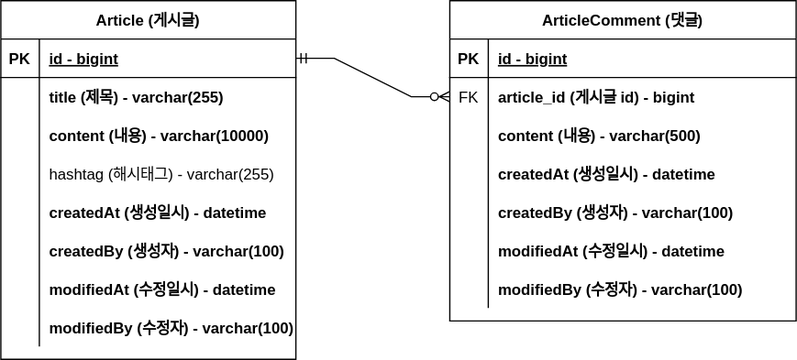
Before: document/project-board-erd.svg, a diagram exported from draw.io (23Yong/Board). Source tidied: cells renumbered, new cells last; positions are measured from the earlier drawing's top-left corner, leaving out a move shared by most shapes.
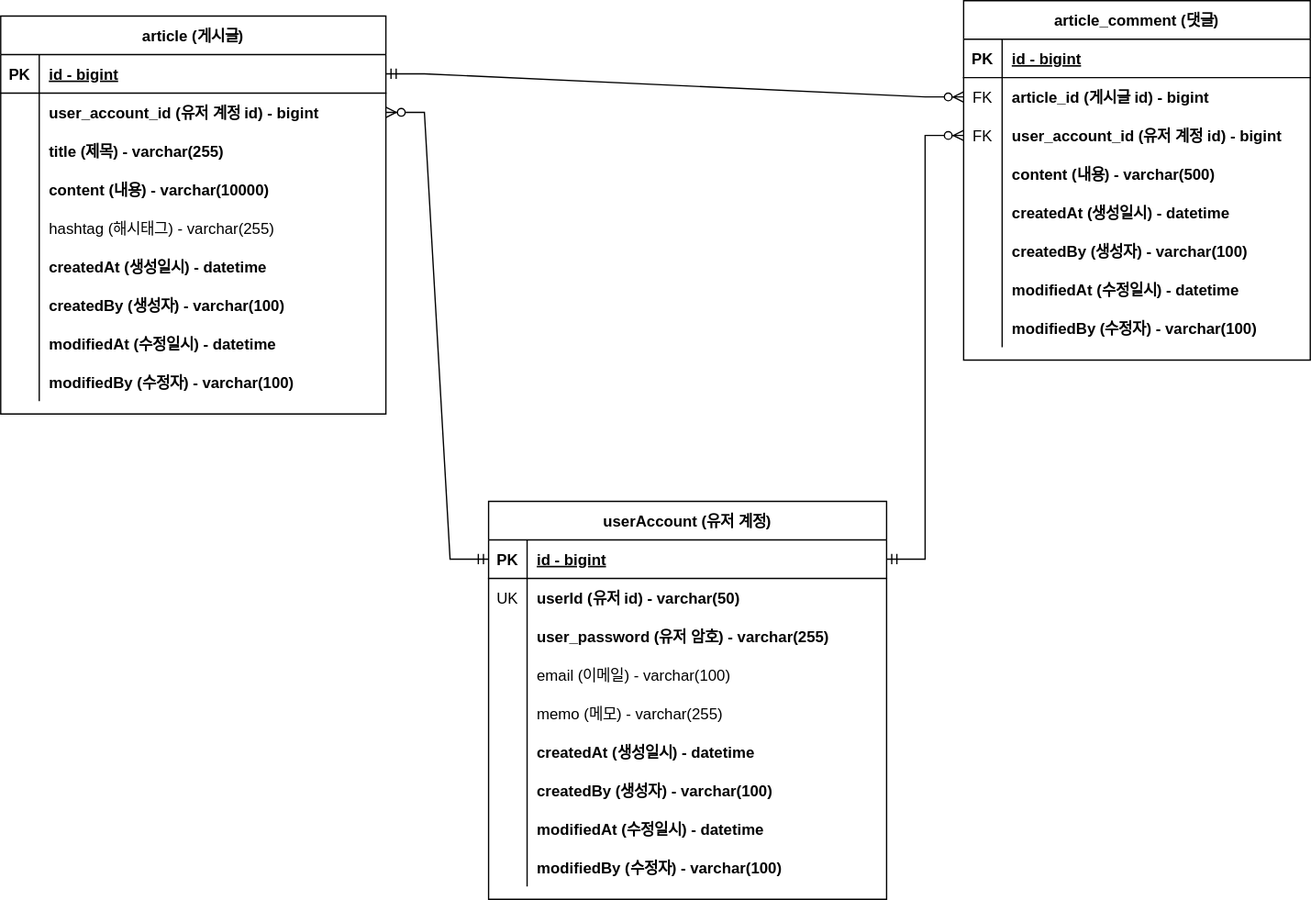
The same file after the commit.

Diff of the diagram source:
```diff
@@ -2,83 +2,92 @@
   <root>
     <mxCell id="0" />
     <mxCell id="1" parent="0" />
-    <mxCell id="2" value="Article (게시글)" style="shape=table;startSize=30;rowLines=0;fontStyle=1;align=center;" parent="1" vertex="1">
-      <mxGeometry width="230" height="280" as="geometry" />
+    <mxCell id="2" value="article (게시글)" style="shape=table;startSize=30;rowLines=0;fontStyle=1;align=center;" parent="1" vertex="1">
+      <mxGeometry width="300" height="310" as="geometry" />
     </mxCell>
     <mxCell id="3" style="shape=tableRow;horizontal=0;startSize=0;swimlaneHead=0;swimlaneBody=0;fillColor=none;points=[[0,0.5],[1,0.5]];portConstraint=eastwest;top=0;left=0;right=0;bottom=1;" parent="2" vertex="1">
-      <mxGeometry y="30" width="230" height="30" as="geometry" />
+      <mxGeometry y="30" width="300" height="30" as="geometry" />
     </mxCell>
     <mxCell id="4" value="PK" style="shape=partialRectangle;fillColor=none;top=0;left=0;bottom=0;right=0;fontStyle=1;overflow=hidden;" parent="3" vertex="1">
       <mxGeometry width="30" height="30" as="geometry" />
     </mxCell>
     <mxCell id="5" value="id - bigint" style="shape=partialRectangle;fillColor=none;top=0;left=0;bottom=0;right=0;align=left;spacingLeft=6;fontStyle=5;overflow=hidden;" parent="3" vertex="1">
-      <mxGeometry x="30" width="200" height="30" as="geometry" />
+      <mxGeometry x="30" width="270" height="30" as="geometry" />
     </mxCell>
     <mxCell id="6" style="shape=tableRow;horizontal=0;startSize=0;swimlaneHead=0;swimlaneBody=0;fillColor=none;points=[[0,0.5],[1,0.5]];portConstraint=eastwest;top=0;left=0;right=0;bottom=0;" parent="2" vertex="1">
-      <mxGeometry y="60" width="230" height="30" as="geometry" />
+      <mxGeometry y="60" width="300" height="30" as="geometry" />
     </mxCell>
     <mxCell id="7" style="shape=partialRectangle;fillColor=none;top=0;left=0;bottom=0;right=0;overflow=hidden;" parent="6" vertex="1">
       <mxGeometry width="30" height="30" as="geometry" />
     </mxCell>
-    <mxCell id="8" value="title (제목) - varchar(255)" style="shape=partialRectangle;fillColor=none;top=0;left=0;bottom=0;right=0;align=left;spacingLeft=6;overflow=hidden;fontStyle=1;" parent="6" vertex="1">
-      <mxGeometry x="30" width="200" height="30" as="geometry" />
+    <mxCell id="8" value="user_account_id (유저 계정 id) - bigint" style="shape=partialRectangle;fillColor=none;top=0;left=0;bottom=0;right=0;align=left;spacingLeft=6;overflow=hidden;fontStyle=1;" parent="6" vertex="1">
+      <mxGeometry x="30" width="270" height="30" as="geometry" />
     </mxCell>
+    <mxCell id="50" style="shape=tableRow;horizontal=0;startSize=0;swimlaneHead=0;swimlaneBody=0;fillColor=none;top=0;left=0;right=0;bottom=0;" parent="2" vertex="1">
+      <mxGeometry y="90" width="300" height="30" as="geometry" />
+    </mxCell>
+    <mxCell id="51" style="shape=partialRectangle;fillColor=none;top=0;left=0;bottom=0;right=0;overflow=hidden;" parent="50" vertex="1">
+      <mxGeometry width="30" height="30" as="geometry" />
+    </mxCell>
+    <mxCell id="52" value="title (제목) - varchar(255)" style="shape=partialRectangle;fillColor=none;top=0;left=0;bottom=0;right=0;align=left;spacingLeft=6;overflow=hidden;fontStyle=1;" parent="50" vertex="1">
+      <mxGeometry x="30" width="270" height="30" as="geometry" />
+    </mxCell>
     <mxCell id="9" style="shape=tableRow;horizontal=0;startSize=0;swimlaneHead=0;swimlaneBody=0;fillColor=none;top=0;left=0;right=0;bottom=0;" parent="2" vertex="1">
-      <mxGeometry y="90" width="230" height="30" as="geometry" />
+      <mxGeometry y="120" width="300" height="30" as="geometry" />
     </mxCell>
     <mxCell id="10" style="shape=partialRectangle;fillColor=none;top=0;left=0;bottom=0;right=0;overflow=hidden;" parent="9" vertex="1">
       <mxGeometry width="30" height="30" as="geometry" />
     </mxCell>
     <mxCell id="11" value="content (내용) - varchar(10000)" style="shape=partialRectangle;fillColor=none;top=0;left=0;bottom=0;right=0;align=left;spacingLeft=6;overflow=hidden;fontStyle=1;" parent="9" vertex="1">
-      <mxGeometry x="30" width="200" height="30" as="geometry" />
+      <mxGeometry x="30" width="270" height="30" as="geometry" />
     </mxCell>
     <mxCell id="12" style="shape=tableRow;horizontal=0;startSize=0;swimlaneHead=0;swimlaneBody=0;fillColor=none;top=0;left=0;right=0;bottom=0;" parent="2" vertex="1">
-      <mxGeometry y="120" width="230" height="30" as="geometry" />
+      <mxGeometry y="150" width="300" height="30" as="geometry" />
     </mxCell>
     <mxCell id="13" style="shape=partialRectangle;fillColor=none;top=0;left=0;bottom=0;right=0;overflow=hidden;" parent="12" vertex="1">
       <mxGeometry width="30" height="30" as="geometry" />
     </mxCell>
     <mxCell id="14" value="hashtag (해시태그) - varchar(255)" style="shape=partialRectangle;fillColor=none;top=0;left=0;bottom=0;right=0;align=left;spacingLeft=6;overflow=hidden;" parent="12" vertex="1">
-      <mxGeometry x="30" width="200" height="30" as="geometry" />
+      <mxGeometry x="30" width="270" height="30" as="geometry" />
     </mxCell>
     <mxCell id="15" style="shape=tableRow;horizontal=0;startSize=0;swimlaneHead=0;swimlaneBody=0;fillColor=none;top=0;left=0;right=0;bottom=0;" parent="2" vertex="1">
-      <mxGeometry y="150" width="230" height="30" as="geometry" />
+      <mxGeometry y="180" width="300" height="30" as="geometry" />
     </mxCell>
     <mxCell id="16" style="shape=partialRectangle;fillColor=none;top=0;left=0;bottom=0;right=0;overflow=hidden;" parent="15" vertex="1">
       <mxGeometry width="30" height="30" as="geometry" />
     </mxCell>
     <mxCell id="17" value="createdAt (생성일시) - datetime" style="shape=partialRectangle;fillColor=none;top=0;left=0;bottom=0;right=0;align=left;spacingLeft=6;overflow=hidden;fontStyle=1;" parent="15" vertex="1">
-      <mxGeometry x="30" width="200" height="30" as="geometry" />
+      <mxGeometry x="30" width="270" height="30" as="geometry" />
     </mxCell>
     <mxCell id="18" style="shape=tableRow;horizontal=0;startSize=0;swimlaneHead=0;swimlaneBody=0;fillColor=none;top=0;left=0;right=0;bottom=0;" parent="2" vertex="1">
-      <mxGeometry y="180" width="230" height="30" as="geometry" />
+      <mxGeometry y="210" width="300" height="30" as="geometry" />
     </mxCell>
     <mxCell id="19" style="shape=partialRectangle;fillColor=none;top=0;left=0;bottom=0;right=0;overflow=hidden;" parent="18" vertex="1">
       <mxGeometry width="30" height="30" as="geometry" />
     </mxCell>
     <mxCell id="20" value="createdBy (생성자) - varchar(100)" style="shape=partialRectangle;fillColor=none;top=0;left=0;bottom=0;right=0;align=left;spacingLeft=6;overflow=hidden;fontStyle=1;" parent="18" vertex="1">
-      <mxGeometry x="30" width="200" height="30" as="geometry" />
+      <mxGeometry x="30" width="270" height="30" as="geometry" />
     </mxCell>
     <mxCell id="21" style="shape=tableRow;horizontal=0;startSize=0;swimlaneHead=0;swimlaneBody=0;fillColor=none;top=0;left=0;right=0;bottom=0;" parent="2" vertex="1">
-      <mxGeometry y="210" width="230" height="30" as="geometry" />
+      <mxGeometry y="240" width="300" height="30" as="geometry" />
     </mxCell>
     <mxCell id="22" style="shape=partialRectangle;fillColor=none;top=0;left=0;bottom=0;right=0;overflow=hidden;" parent="21" vertex="1">
       <mxGeometry width="30" height="30" as="geometry" />
     </mxCell>
     <mxCell id="23" value="modifiedAt (수정일시) - datetime" style="shape=partialRectangle;fillColor=none;top=0;left=0;bottom=0;right=0;align=left;spacingLeft=6;overflow=hidden;fontStyle=1;" parent="21" vertex="1">
-      <mxGeometry x="30" width="200" height="30" as="geometry" />
+      <mxGeometry x="30" width="270" height="30" as="geometry" />
     </mxCell>
     <mxCell id="24" style="shape=tableRow;horizontal=0;startSize=0;swimlaneHead=0;swimlaneBody=0;fillColor=none;top=0;left=0;right=0;bottom=0;" parent="2" vertex="1">
-      <mxGeometry y="240" width="230" height="30" as="geometry" />
+      <mxGeometry y="270" width="300" height="30" as="geometry" />
     </mxCell>
     <mxCell id="25" style="shape=partialRectangle;fillColor=none;top=0;left=0;bottom=0;right=0;overflow=hidden;" parent="24" vertex="1">
       <mxGeometry width="30" height="30" as="geometry" />
     </mxCell>
     <mxCell id="26" value="modifiedBy (수정자) - varchar(100)" style="shape=partialRectangle;fillColor=none;top=0;left=0;bottom=0;right=0;align=left;spacingLeft=6;overflow=hidden;fontStyle=1;" parent="24" vertex="1">
-      <mxGeometry x="30" width="200" height="30" as="geometry" />
+      <mxGeometry x="30" width="270" height="30" as="geometry" />
     </mxCell>
-    <mxCell id="27" value="ArticleComment (댓글)" style="shape=table;startSize=30;rowLines=0;fontStyle=1;align=center;" parent="1" vertex="1">
-      <mxGeometry x="350" width="270" height="250" as="geometry" />
+    <mxCell id="27" value="article_comment (댓글)" style="shape=table;startSize=30;rowLines=0;fontStyle=1;align=center;" parent="1" vertex="1">
+      <mxGeometry x="750" y="-12" width="270" height="280" as="geometry" />
     </mxCell>
     <mxCell id="28" style="shape=tableRow;horizontal=0;startSize=0;swimlaneHead=0;swimlaneBody=0;fillColor=none;top=0;left=0;right=0;bottom=1;" parent="27" vertex="1">
       <mxGeometry y="30" width="270" height="30" as="geometry" />
@@ -98,8 +107,17 @@
     <mxCell id="33" value="article_id (게시글 id) - bigint" style="shape=partialRectangle;fillColor=none;top=0;left=0;bottom=0;right=0;align=left;spacingLeft=6;overflow=hidden;fontStyle=1;" parent="31" vertex="1">
       <mxGeometry x="30" width="240" height="30" as="geometry" />
     </mxCell>
+    <mxCell id="53" style="shape=tableRow;horizontal=0;startSize=0;swimlaneHead=0;swimlaneBody=0;fillColor=none;points=[[0,0.5],[1,0.5]];portConstraint=eastwest;top=0;left=0;right=0;bottom=0;" parent="27" vertex="1">
+      <mxGeometry y="90" width="270" height="30" as="geometry" />
+    </mxCell>
+    <mxCell id="54" value="FK" style="shape=partialRectangle;fillColor=none;top=0;left=0;bottom=0;right=0;overflow=hidden;" parent="53" vertex="1">
+      <mxGeometry width="30" height="30" as="geometry" />
+    </mxCell>
+    <mxCell id="55" value="user_account_id (유저 계정 id) - bigint" style="shape=partialRectangle;fillColor=none;top=0;left=0;bottom=0;right=0;align=left;spacingLeft=6;overflow=hidden;fontStyle=1;" parent="53" vertex="1">
+      <mxGeometry x="30" width="240" height="30" as="geometry" />
+    </mxCell>
     <mxCell id="34" style="shape=tableRow;horizontal=0;startSize=0;swimlaneHead=0;swimlaneBody=0;fillColor=none;top=0;left=0;right=0;bottom=0;" parent="27" vertex="1">
-      <mxGeometry y="90" width="270" height="30" as="geometry" />
+      <mxGeometry y="120" width="270" height="30" as="geometry" />
     </mxCell>
     <mxCell id="35" style="shape=partialRectangle;fillColor=none;top=0;left=0;bottom=0;right=0;overflow=hidden;" parent="34" vertex="1">
       <mxGeometry width="30" height="30" as="geometry" />
@@ -108,7 +126,7 @@
       <mxGeometry x="30" width="240" height="30" as="geometry" />
     </mxCell>
     <mxCell id="37" style="shape=tableRow;horizontal=0;startSize=0;swimlaneHead=0;swimlaneBody=0;fillColor=none;top=0;left=0;right=0;bottom=0;" parent="27" vertex="1">
-      <mxGeometry y="120" width="270" height="30" as="geometry" />
+      <mxGeometry y="150" width="270" height="30" as="geometry" />
     </mxCell>
     <mxCell id="38" style="shape=partialRectangle;fillColor=none;top=0;left=0;bottom=0;right=0;overflow=hidden;" parent="37" vertex="1">
       <mxGeometry width="30" height="30" as="geometry" />
@@ -117,7 +135,7 @@
       <mxGeometry x="30" width="240" height="30" as="geometry" />
     </mxCell>
     <mxCell id="40" style="shape=tableRow;horizontal=0;startSize=0;swimlaneHead=0;swimlaneBody=0;fillColor=none;top=0;left=0;right=0;bottom=0;" parent="27" vertex="1">
-      <mxGeometry y="150" width="270" height="30" as="geometry" />
+      <mxGeometry y="180" width="270" height="30" as="geometry" />
     </mxCell>
     <mxCell id="41" style="shape=partialRectangle;fillColor=none;top=0;left=0;bottom=0;right=0;overflow=hidden;" parent="40" vertex="1">
       <mxGeometry width="30" height="30" as="geometry" />
@@ -126,7 +144,7 @@
       <mxGeometry x="30" width="240" height="30" as="geometry" />
     </mxCell>
     <mxCell id="43" style="shape=tableRow;horizontal=0;startSize=0;swimlaneHead=0;swimlaneBody=0;fillColor=none;top=0;left=0;right=0;bottom=0;" parent="27" vertex="1">
-      <mxGeometry y="180" width="270" height="30" as="geometry" />
+      <mxGeometry y="210" width="270" height="30" as="geometry" />
     </mxCell>
     <mxCell id="44" style="shape=partialRectangle;fillColor=none;top=0;left=0;bottom=0;right=0;overflow=hidden;" parent="43" vertex="1">
       <mxGeometry width="30" height="30" as="geometry" />
@@ -135,7 +153,7 @@
       <mxGeometry x="30" width="240" height="30" as="geometry" />
     </mxCell>
     <mxCell id="46" style="shape=tableRow;horizontal=0;startSize=0;swimlaneHead=0;swimlaneBody=0;fillColor=none;top=0;left=0;right=0;bottom=0;" parent="27" vertex="1">
-      <mxGeometry y="210" width="270" height="30" as="geometry" />
+      <mxGeometry y="240" width="270" height="30" as="geometry" />
     </mxCell>
     <mxCell id="47" style="shape=partialRectangle;fillColor=none;top=0;left=0;bottom=0;right=0;overflow=hidden;" parent="46" vertex="1">
       <mxGeometry width="30" height="30" as="geometry" />
@@ -146,5 +164,95 @@
     <mxCell id="49" style="edgeStyle=entityRelationEdgeStyle;fontSize=12;html=1;endArrow=ERzeroToMany;startArrow=ERmandOne;rounded=0;exitX=1;exitY=0.5;exitDx=0;exitDy=0;entryX=0;entryY=0.5;entryDx=0;entryDy=0;" parent="1" edge="1" source="3" target="31">
       <mxGeometry relative="1" as="geometry" />
     </mxCell>
+    <mxCell id="56" value="userAccount (유저 계정)" style="shape=table;startSize=30;rowLines=0;fontStyle=1;align=center;" parent="1" vertex="1">
+      <mxGeometry x="380" y="378" width="310" height="310" as="geometry" />
+    </mxCell>
+    <mxCell id="57" style="shape=tableRow;horizontal=0;startSize=0;swimlaneHead=0;swimlaneBody=0;fillColor=none;points=[[0,0.5],[1,0.5]];portConstraint=eastwest;top=0;left=0;right=0;bottom=1;" parent="56" vertex="1">
+      <mxGeometry y="30" width="310" height="30" as="geometry" />
+    </mxCell>
+    <mxCell id="58" value="PK" style="shape=partialRectangle;fillColor=none;top=0;left=0;bottom=0;right=0;fontStyle=1;overflow=hidden;" parent="57" vertex="1">
+      <mxGeometry width="30" height="30" as="geometry" />
+    </mxCell>
+    <mxCell id="59" value="id - bigint" style="shape=partialRectangle;fillColor=none;top=0;left=0;bottom=0;right=0;align=left;spacingLeft=6;fontStyle=5;overflow=hidden;" parent="57" vertex="1">
+      <mxGeometry x="30" width="280" height="30" as="geometry" />
+    </mxCell>
+    <mxCell id="60" style="shape=tableRow;horizontal=0;startSize=0;swimlaneHead=0;swimlaneBody=0;fillColor=none;top=0;left=0;right=0;bottom=0;" parent="56" vertex="1">
+      <mxGeometry y="60" width="310" height="30" as="geometry" />
+    </mxCell>
+    <mxCell id="61" value="UK" style="shape=partialRectangle;fillColor=none;top=0;left=0;bottom=0;right=0;overflow=hidden;" parent="60" vertex="1">
+      <mxGeometry width="30" height="30" as="geometry" />
+    </mxCell>
+    <mxCell id="62" value="userId (유저 id) - varchar(50)" style="shape=partialRectangle;fillColor=none;top=0;left=0;bottom=0;right=0;align=left;spacingLeft=6;overflow=hidden;fontStyle=1;" parent="60" vertex="1">
+      <mxGeometry x="30" width="280" height="30" as="geometry" />
+    </mxCell>
+    <mxCell id="63" style="shape=tableRow;horizontal=0;startSize=0;swimlaneHead=0;swimlaneBody=0;fillColor=none;top=0;left=0;right=0;bottom=0;" parent="56" vertex="1">
+      <mxGeometry y="90" width="310" height="30" as="geometry" />
+    </mxCell>
+    <mxCell id="64" style="shape=partialRectangle;fillColor=none;top=0;left=0;bottom=0;right=0;overflow=hidden;" parent="63" vertex="1">
+      <mxGeometry width="30" height="30" as="geometry" />
+    </mxCell>
+    <mxCell id="65" value="user_password (유저 암호) - varchar(255)" style="shape=partialRectangle;fillColor=none;top=0;left=0;bottom=0;right=0;align=left;spacingLeft=6;overflow=hidden;fontStyle=1;" parent="63" vertex="1">
+      <mxGeometry x="30" width="280" height="30" as="geometry" />
+    </mxCell>
+    <mxCell id="66" style="shape=tableRow;horizontal=0;startSize=0;swimlaneHead=0;swimlaneBody=0;fillColor=none;top=0;left=0;right=0;bottom=0;" parent="56" vertex="1">
+      <mxGeometry y="120" width="310" height="30" as="geometry" />
+    </mxCell>
+    <mxCell id="67" style="shape=partialRectangle;fillColor=none;top=0;left=0;bottom=0;right=0;overflow=hidden;" parent="66" vertex="1">
+      <mxGeometry width="30" height="30" as="geometry" />
+    </mxCell>
+    <mxCell id="68" value="email (이메일) - varchar(100)" style="shape=partialRectangle;fillColor=none;top=0;left=0;bottom=0;right=0;align=left;spacingLeft=6;overflow=hidden;" parent="66" vertex="1">
+      <mxGeometry x="30" width="280" height="30" as="geometry" />
+    </mxCell>
+    <mxCell id="69" style="shape=tableRow;horizontal=0;startSize=0;swimlaneHead=0;swimlaneBody=0;fillColor=none;top=0;left=0;right=0;bottom=0;" parent="56" vertex="1">
+      <mxGeometry y="150" width="310" height="30" as="geometry" />
+    </mxCell>
+    <mxCell id="70" style="shape=partialRectangle;fillColor=none;top=0;left=0;bottom=0;right=0;overflow=hidden;" parent="69" vertex="1">
+      <mxGeometry width="30" height="30" as="geometry" />
+    </mxCell>
+    <mxCell id="71" value="memo (메모) - varchar(255)" style="shape=partialRectangle;fillColor=none;top=0;left=0;bottom=0;right=0;align=left;spacingLeft=6;overflow=hidden;" parent="69" vertex="1">
+      <mxGeometry x="30" width="280" height="30" as="geometry" />
+    </mxCell>
+    <mxCell id="72" style="shape=tableRow;horizontal=0;startSize=0;swimlaneHead=0;swimlaneBody=0;fillColor=none;top=0;left=0;right=0;bottom=0;" parent="56" vertex="1">
+      <mxGeometry y="180" width="310" height="30" as="geometry" />
+    </mxCell>
+    <mxCell id="73" style="shape=partialRectangle;fillColor=none;top=0;left=0;bottom=0;right=0;overflow=hidden;" parent="72" vertex="1">
+      <mxGeometry width="30" height="30" as="geometry" />
+    </mxCell>
+    <mxCell id="74" value="createdAt (생성일시) - datetime" style="shape=partialRectangle;fillColor=none;top=0;left=0;bottom=0;right=0;align=left;spacingLeft=6;overflow=hidden;fontStyle=1;" parent="72" vertex="1">
+      <mxGeometry x="30" width="280" height="30" as="geometry" />
+    </mxCell>
+    <mxCell id="75" style="shape=tableRow;horizontal=0;startSize=0;swimlaneHead=0;swimlaneBody=0;fillColor=none;top=0;left=0;right=0;bottom=0;" parent="56" vertex="1">
+      <mxGeometry y="210" width="310" height="30" as="geometry" />
+    </mxCell>
+    <mxCell id="76" style="shape=partialRectangle;fillColor=none;top=0;left=0;bottom=0;right=0;overflow=hidden;" parent="75" vertex="1">
+      <mxGeometry width="30" height="30" as="geometry" />
+    </mxCell>
+    <mxCell id="77" value="createdBy (생성자) - varchar(100)" style="shape=partialRectangle;fillColor=none;top=0;left=0;bottom=0;right=0;align=left;spacingLeft=6;overflow=hidden;fontStyle=1;" parent="75" vertex="1">
+      <mxGeometry x="30" width="280" height="30" as="geometry" />
+    </mxCell>
+    <mxCell id="78" style="shape=tableRow;horizontal=0;startSize=0;swimlaneHead=0;swimlaneBody=0;fillColor=none;top=0;left=0;right=0;bottom=0;" parent="56" vertex="1">
+      <mxGeometry y="240" width="310" height="30" as="geometry" />
+    </mxCell>
+    <mxCell id="79" style="shape=partialRectangle;fillColor=none;top=0;left=0;bottom=0;right=0;overflow=hidden;" parent="78" vertex="1">
+      <mxGeometry width="30" height="30" as="geometry" />
+    </mxCell>
+    <mxCell id="80" value="modifiedAt (수정일시) - datetime" style="shape=partialRectangle;fillColor=none;top=0;left=0;bottom=0;right=0;align=left;spacingLeft=6;overflow=hidden;fontStyle=1;" parent="78" vertex="1">
+      <mxGeometry x="30" width="280" height="30" as="geometry" />
+    </mxCell>
+    <mxCell id="81" style="shape=tableRow;horizontal=0;startSize=0;swimlaneHead=0;swimlaneBody=0;fillColor=none;top=0;left=0;right=0;bottom=0;" parent="56" vertex="1">
+      <mxGeometry y="270" width="310" height="30" as="geometry" />
+    </mxCell>
+    <mxCell id="82" style="shape=partialRectangle;fillColor=none;top=0;left=0;bottom=0;right=0;overflow=hidden;" parent="81" vertex="1">
+      <mxGeometry width="30" height="30" as="geometry" />
+    </mxCell>
+    <mxCell id="83" value="modifiedBy (수정자) - varchar(100)" style="shape=partialRectangle;fillColor=none;top=0;left=0;bottom=0;right=0;align=left;spacingLeft=6;overflow=hidden;fontStyle=1;" parent="81" vertex="1">
+      <mxGeometry x="30" width="280" height="30" as="geometry" />
+    </mxCell>
+    <mxCell id="84" style="edgeStyle=entityRelationEdgeStyle;fontSize=12;html=1;endArrow=ERzeroToMany;startArrow=ERmandOne;rounded=0;exitX=1;exitY=0.5;exitDx=0;exitDy=0;entryX=0;entryY=0.5;entryDx=0;entryDy=0;" parent="1" edge="1" source="57" target="53">
+      <mxGeometry relative="1" as="geometry" />
+    </mxCell>
+    <mxCell id="85" style="edgeStyle=entityRelationEdgeStyle;fontSize=12;html=1;endArrow=ERzeroToMany;startArrow=ERmandOne;rounded=0;entryX=1;entryY=0.5;entryDx=0;entryDy=0;exitX=0;exitY=0.5;exitDx=0;exitDy=0;" parent="1" edge="1" source="57" target="6">
+      <mxGeometry relative="1" as="geometry" />
+    </mxCell>
   </root>
 </mxGraphModel>
```
